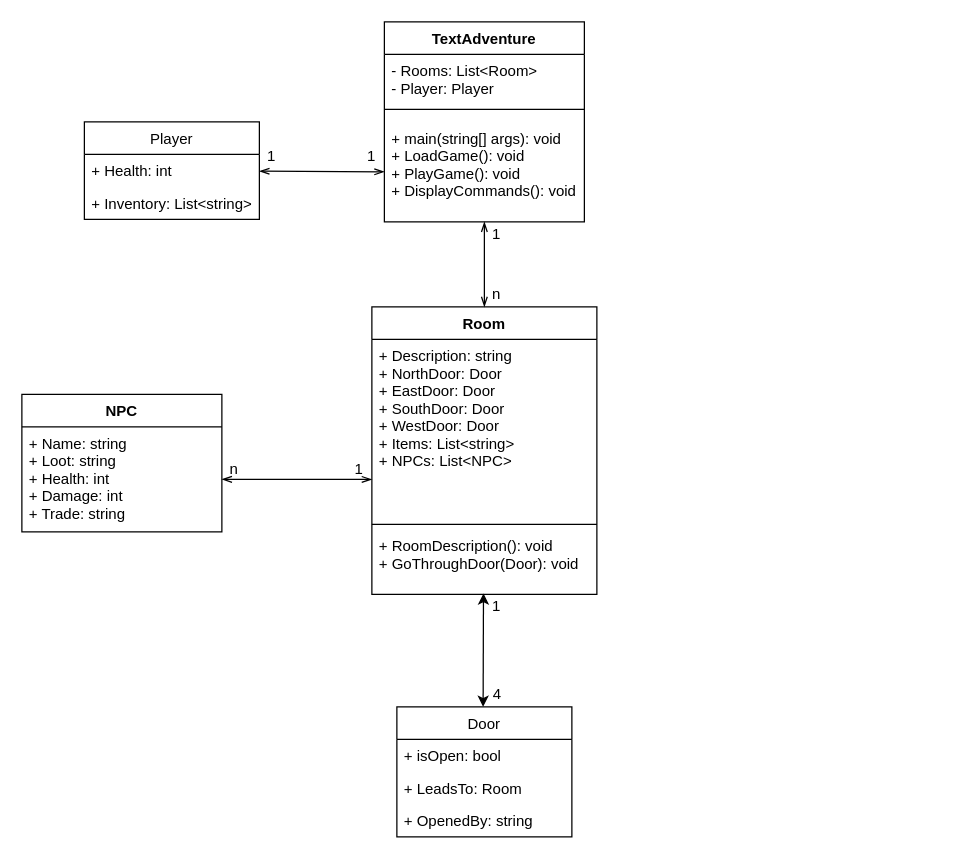
Earlier version of the draw.io diagram Concept/UML/Classes.drawio (keckluis/Softwaredesign_Abschlussaufgabe). Source tidied: cells renumbered, new cells numbered last; positions are measured from the earlier drawing's top-left corner, leaving out a move shared by most shapes. Both pictures are drawn from the tidied source at 125%, with x=0, y=0 at pixel (21, 21).
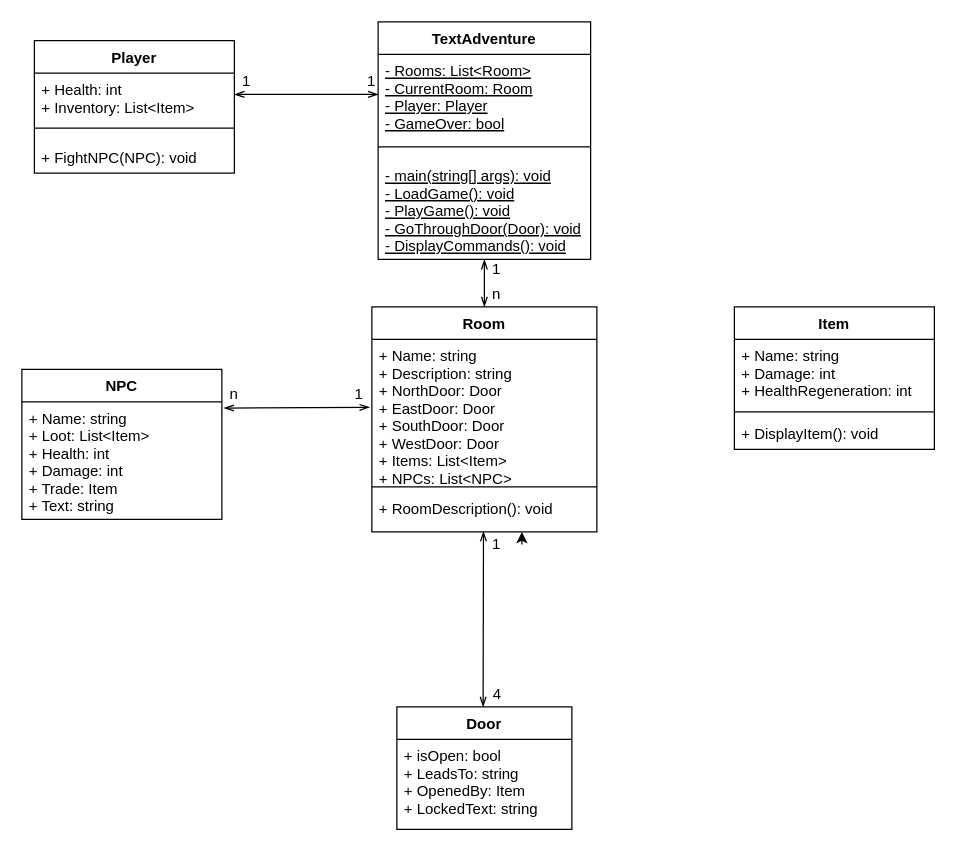
The same diagram, later.

The edit, as a diff of the source:
```diff
@@
     <mxCell id="2" value="TextAdventure" style="swimlane;fontStyle=1;align=center;verticalAlign=top;horizontal=1;startSize=26;" parent="1" vertex="1">
-      <mxGeometry x="290" width="160" height="160" as="geometry" />
+      <mxGeometry x="285" width="170" height="190" as="geometry" />
     </mxCell>
-    <mxCell id="3" value="- Rooms: List&lt;Room&gt;&#10;- Player: Player" style="text;strokeColor=none;fillColor=none;align=left;verticalAlign=top;spacingLeft=4;spacingRight=4;overflow=hidden;points=[[0,0.5],[1,0.5]];portConstraint=eastwest;" parent="2" vertex="1">
-      <mxGeometry y="26" width="160" height="34" as="geometry" />
+    <mxCell id="3" value="- Rooms: List&lt;Room&gt;&#10;- CurrentRoom: Room&#10;- Player: Player&#10;- GameOver: bool" style="text;strokeColor=none;fillColor=none;align=left;verticalAlign=top;spacingLeft=4;spacingRight=4;overflow=hidden;points=[[0,0.5],[1,0.5]];portConstraint=eastwest;fontStyle=4;" parent="2" vertex="1">
+      <mxGeometry y="26" width="170" height="64" as="geometry" />
     </mxCell>
     <mxCell id="4" style="line;strokeWidth=1;fillColor=none;align=left;verticalAlign=middle;spacingTop=-1;spacingLeft=3;spacingRight=3;labelPosition=right;" parent="2" vertex="1">
-      <mxGeometry y="60" width="160" height="20" as="geometry" />
+      <mxGeometry y="90" width="170" height="20" as="geometry" />
     </mxCell>
-    <mxCell id="5" value="+ main(string[] args): void&#10;+ LoadGame(): void&#10;+ PlayGame(): void&#10;+ DisplayCommands(): void" style="text;strokeColor=none;fillColor=none;align=left;verticalAlign=top;spacingLeft=4;spacingRight=4;overflow=hidden;points=[[0,0.5],[1,0.5]];portConstraint=eastwest;" parent="2" vertex="1">
-      <mxGeometry y="80" width="160" height="80" as="geometry" />
+    <mxCell id="5" value="- main(string[] args): void&#10;- LoadGame(): void&#10;- PlayGame(): void&#10;- GoThroughDoor(Door): void&#10;- DisplayCommands(): void" style="text;strokeColor=none;fillColor=none;align=left;verticalAlign=top;spacingLeft=4;spacingRight=4;overflow=hidden;points=[[0,0.5],[1,0.5]];portConstraint=eastwest;fontStyle=4;" parent="2" vertex="1">
+      <mxGeometry y="110" width="170" height="80" as="geometry" />
     </mxCell>
     <mxCell id="6" value="Room" style="swimlane;fontStyle=1;align=center;verticalAlign=top;horizontal=1;startSize=26;" parent="1" vertex="1">
-      <mxGeometry x="280" y="228" width="180" height="230" as="geometry" />
+      <mxGeometry x="280" y="228" width="180" height="180" as="geometry" />
     </mxCell>
-    <mxCell id="7" value="+ Description: string&#10;+ NorthDoor: Door&#10;+ EastDoor: Door&#10;+ SouthDoor: Door&#10;+ WestDoor: Door&#10;+ Items: List&lt;string&gt;&#10;+ NPCs: List&lt;NPC&gt;" style="text;strokeColor=none;fillColor=none;align=left;verticalAlign=top;spacingLeft=4;spacingRight=4;overflow=hidden;points=[[0,0.5],[1,0.5]];portConstraint=eastwest;" parent="6" vertex="1">
-      <mxGeometry y="26" width="180" height="144" as="geometry" />
+    <mxCell id="7" value="+ Name: string&#10;+ Description: string&#10;+ NorthDoor: Door&#10;+ EastDoor: Door&#10;+ SouthDoor: Door&#10;+ WestDoor: Door&#10;+ Items: List&lt;Item&gt;&#10;+ NPCs: List&lt;NPC&gt;" style="text;strokeColor=none;fillColor=none;align=left;verticalAlign=top;spacingLeft=4;spacingRight=4;overflow=hidden;points=[[0,0.5],[1,0.5]];portConstraint=eastwest;" parent="6" vertex="1">
+      <mxGeometry y="26" width="180" height="114" as="geometry" />
     </mxCell>
     <mxCell id="8" style="line;strokeWidth=1;fillColor=none;align=left;verticalAlign=middle;spacingTop=-1;spacingLeft=3;spacingRight=3;labelPosition=right;" parent="6" vertex="1">
-      <mxGeometry y="170" width="180" height="8" as="geometry" />
+      <mxGeometry y="140" width="180" height="8" as="geometry" />
     </mxCell>
-    <mxCell id="9" value="+ RoomDescription(): void&#10;+ GoThroughDoor(Door): void" style="text;strokeColor=none;fillColor=none;align=left;verticalAlign=top;spacingLeft=4;spacingRight=4;overflow=hidden;points=[[0,0.5],[1,0.5]];portConstraint=eastwest;" parent="6" vertex="1">
-      <mxGeometry y="178" width="180" height="52" as="geometry" />
+    <mxCell id="9" value="+ RoomDescription(): void&#10;" style="text;strokeColor=none;fillColor=none;align=left;verticalAlign=top;spacingLeft=4;spacingRight=4;overflow=hidden;points=[[0,0.5],[1,0.5]];portConstraint=eastwest;" parent="6" vertex="1">
+      <mxGeometry y="148" width="180" height="32" as="geometry" />
     </mxCell>
-    <mxCell id="10" value="Door" style="swimlane;fontStyle=0;horizontal=1;startSize=26;fillColor=none;" parent="1" vertex="1">
-      <mxGeometry x="300" y="548" width="140" height="104" as="geometry" />
+    <mxCell id="10" value="Door" style="swimlane;fontStyle=1;horizontal=1;startSize=26;fillColor=none;" parent="1" vertex="1">
+      <mxGeometry x="300" y="548" width="140" height="98" as="geometry" />
     </mxCell>
-    <mxCell id="11" value="+ isOpen: bool" style="text;strokeColor=none;fillColor=none;align=left;verticalAlign=top;spacingLeft=4;spacingRight=4;overflow=hidden;" parent="10" vertex="1">
-      <mxGeometry y="26" width="140" height="26" as="geometry" />
-    </mxCell>
-    <mxCell id="12" value="+ LeadsTo: Room" style="text;strokeColor=none;fillColor=none;align=left;verticalAlign=top;spacingLeft=4;spacingRight=4;overflow=hidden;" parent="10" vertex="1">
-      <mxGeometry y="52" width="140" height="26" as="geometry" />
-    </mxCell>
-    <mxCell id="13" value="+ OpenedBy: string" style="text;strokeColor=none;fillColor=none;align=left;verticalAlign=top;spacingLeft=4;spacingRight=4;overflow=hidden;" parent="10" vertex="1">
-      <mxGeometry y="78" width="140" height="26" as="geometry" />
+    <mxCell id="13" value="+ isOpen: bool&#10;+ LeadsTo: string&#10;+ OpenedBy: Item&#10;+ LockedText: string" style="text;strokeColor=none;fillColor=none;align=left;verticalAlign=top;spacingLeft=4;spacingRight=4;overflow=hidden;" parent="10" vertex="1">
+      <mxGeometry y="26" width="140" height="72" as="geometry" />
     </mxCell>
-    <mxCell id="14" style="endArrow=classic;startArrow=classic;html=1;entryX=0.496;entryY=0.985;entryDx=0;entryDy=0;entryPerimeter=0;" parent="1" edge="1" target="9">
+    <mxCell id="14" style="endArrow=openThin;startArrow=openThin;html=1;entryX=0.496;entryY=0.985;entryDx=0;entryDy=0;entryPerimeter=0;startFill=0;endFill=0;" parent="1" edge="1" target="9">
       <mxGeometry relative="1" as="geometry">
         <mxPoint x="369" y="548" as="sourcePoint" />
       </mxGeometry>
     </mxCell>
+    <mxCell id="31" style="edgeStyle=orthogonalEdgeStyle;rounded=0;jettySize=auto;html=1;exitX=1;exitY=0.5;exitDx=0;exitDy=0;" parent="1" edge="1" source="15">
+      <mxGeometry relative="1" as="geometry">
+        <mxPoint x="400" y="408" as="targetPoint" />
+      </mxGeometry>
+    </mxCell>
     <mxCell id="15" value="1" style="text;html=1;strokeColor=none;fillColor=none;align=center;verticalAlign=middle;whiteSpace=wrap;rounded=0;" parent="1" vertex="1">
-      <mxGeometry x="360" y="458" width="40" height="20" as="geometry" />
+      <mxGeometry x="360" y="408" width="40" height="20" as="geometry" />
     </mxCell>
@@
     <mxCell id="18" value="1" style="text;html=1;strokeColor=none;fillColor=none;align=center;verticalAlign=middle;whiteSpace=wrap;rounded=0;" parent="1" vertex="1">
-      <mxGeometry x="360" y="160" width="40" height="20" as="geometry" />
+      <mxGeometry x="360" y="188" width="40" height="20" as="geometry" />
     </mxCell>
@@
     <mxCell id="20" value="NPC" style="swimlane;fontStyle=1;align=center;verticalAlign=top;horizontal=1;startSize=26;" parent="1" vertex="1">
-      <mxGeometry y="298" width="160" height="110" as="geometry" />
+      <mxGeometry y="278" width="160" height="120" as="geometry" />
     </mxCell>
-    <mxCell id="21" value="+ Name: string&#10;+ Loot: string&#10;+ Health: int&#10;+ Damage: int&#10;+ Trade: string" style="text;strokeColor=none;fillColor=none;align=left;verticalAlign=top;spacingLeft=4;spacingRight=4;overflow=hidden;points=[[0,0.5],[1,0.5]];portConstraint=eastwest;" parent="20" vertex="1">
-      <mxGeometry y="26" width="160" height="84" as="geometry" />
+    <mxCell id="21" value="+ Name: string&#10;+ Loot: List&lt;Item&gt;&#10;+ Health: int&#10;+ Damage: int&#10;+ Trade: Item&#10;+ Text: string" style="text;strokeColor=none;fillColor=none;align=left;verticalAlign=top;spacingLeft=4;spacingRight=4;overflow=hidden;points=[[0,0.5],[1,0.5]];portConstraint=eastwest;" parent="20" vertex="1">
+      <mxGeometry y="26" width="160" height="94" as="geometry" />
     </mxCell>
-    <mxCell id="22" style="rounded=0;jettySize=auto;html=1;entryX=0;entryY=0.5;entryDx=0;entryDy=0;startArrow=openThin;startFill=0;endArrow=openThin;endFill=0;" parent="1" edge="1" source="23" target="5">
+    <mxCell id="22" style="rounded=0;jettySize=auto;html=1;startArrow=openThin;startFill=0;endArrow=openThin;endFill=0;entryX=0;entryY=0.5;entryDx=0;entryDy=0;exitX=1;exitY=0.5;exitDx=0;exitDy=0;" parent="1" edge="1" source="32" target="3">
       <mxGeometry relative="1" as="geometry" />
     </mxCell>
-    <mxCell id="23" value="Player" style="swimlane;fontStyle=0;horizontal=1;startSize=26;fillColor=none;" parent="1" vertex="1">
-      <mxGeometry x="50" y="80" width="140" height="78" as="geometry" />
-    </mxCell>
-    <mxCell id="24" value="+ Health: int" style="text;strokeColor=none;fillColor=none;align=left;verticalAlign=top;spacingLeft=4;spacingRight=4;overflow=hidden;" parent="23" vertex="1">
-      <mxGeometry y="26" width="140" height="26" as="geometry" />
-    </mxCell>
-    <mxCell id="25" value="+ Inventory: List&lt;string&gt;" style="text;strokeColor=none;fillColor=none;align=left;verticalAlign=top;spacingLeft=4;spacingRight=4;overflow=hidden;" parent="23" vertex="1">
-      <mxGeometry y="52" width="140" height="26" as="geometry" />
-    </mxCell>
     <mxCell id="26" value="1" style="text;html=1;strokeColor=none;fillColor=none;align=center;verticalAlign=middle;whiteSpace=wrap;rounded=0;" parent="1" vertex="1">
-      <mxGeometry x="180" y="98" width="40" height="20" as="geometry" />
+      <mxGeometry x="160" y="38" width="40" height="20" as="geometry" />
     </mxCell>
     <mxCell id="27" value="1" style="text;html=1;strokeColor=none;fillColor=none;align=center;verticalAlign=middle;whiteSpace=wrap;rounded=0;" parent="1" vertex="1">
-      <mxGeometry x="260" y="98" width="40" height="20" as="geometry" />
+      <mxGeometry x="260" y="38" width="40" height="20" as="geometry" />
     </mxCell>
-    <mxCell id="28" style="edgeStyle=none;rounded=0;jettySize=auto;html=1;entryX=1;entryY=0.5;entryDx=0;entryDy=0;startArrow=openThin;startFill=0;endArrow=openThin;endFill=0;exitX=0;exitY=0.778;exitDx=0;exitDy=0;exitPerimeter=0;" parent="1" edge="1" source="7" target="21">
+    <mxCell id="28" style="edgeStyle=none;rounded=0;jettySize=auto;html=1;entryX=1.01;entryY=0.053;entryDx=0;entryDy=0;startArrow=openThin;startFill=0;endArrow=openThin;endFill=0;exitX=-0.01;exitY=0.477;exitDx=0;exitDy=0;entryPerimeter=0;exitPerimeter=0;" parent="1" edge="1" source="7" target="21">
       <mxGeometry relative="1" as="geometry" />
     </mxCell>
     <mxCell id="29" value="n" style="text;html=1;strokeColor=none;fillColor=none;align=center;verticalAlign=middle;whiteSpace=wrap;rounded=0;" parent="1" vertex="1">
-      <mxGeometry x="150" y="348" width="40" height="20" as="geometry" />
+      <mxGeometry x="150" y="288" width="40" height="20" as="geometry" />
     </mxCell>
     <mxCell id="30" value="1" style="text;html=1;strokeColor=none;fillColor=none;align=center;verticalAlign=middle;whiteSpace=wrap;rounded=0;" parent="1" vertex="1">
-      <mxGeometry x="250" y="348" width="40" height="20" as="geometry" />
+      <mxGeometry x="250" y="288" width="40" height="20" as="geometry" />
     </mxCell>
+    <mxCell id="23" value="Player" style="swimlane;fontStyle=1;align=center;verticalAlign=top;horizontal=1;startSize=26;" parent="1" vertex="1">
+      <mxGeometry x="10" y="15" width="160" height="106" as="geometry" />
+    </mxCell>
+    <mxCell id="32" value="+ Health: int&#10;+ Inventory: List&lt;Item&gt;&#10;" style="text;strokeColor=none;fillColor=none;align=left;verticalAlign=top;spacingLeft=4;spacingRight=4;overflow=hidden;points=[[0,0.5],[1,0.5]];portConstraint=eastwest;" parent="23" vertex="1">
+      <mxGeometry y="26" width="160" height="34" as="geometry" />
+    </mxCell>
+    <mxCell id="33" style="line;strokeWidth=1;fillColor=none;align=left;verticalAlign=middle;spacingTop=-1;spacingLeft=3;spacingRight=3;labelPosition=right;" parent="23" vertex="1">
+      <mxGeometry y="60" width="160" height="20" as="geometry" />
+    </mxCell>
+    <mxCell id="34" value="+ FightNPC(NPC): void" style="text;strokeColor=none;fillColor=none;align=left;verticalAlign=top;spacingLeft=4;spacingRight=4;overflow=hidden;" parent="23" vertex="1">
+      <mxGeometry y="80" width="160" height="26" as="geometry" />
+    </mxCell>
+    <mxCell id="35" value="Item" style="swimlane;fontStyle=1;align=center;verticalAlign=top;horizontal=1;startSize=26;" parent="1" vertex="1">
+      <mxGeometry x="570" y="228" width="160" height="114" as="geometry" />
+    </mxCell>
+    <mxCell id="36" value="+ Name: string&#10;+ Damage: int&#10;+ HealthRegeneration: int" style="text;strokeColor=none;fillColor=none;align=left;verticalAlign=top;spacingLeft=4;spacingRight=4;overflow=hidden;" parent="35" vertex="1">
+      <mxGeometry y="26" width="160" height="54" as="geometry" />
+    </mxCell>
+    <mxCell id="37" style="line;strokeWidth=1;fillColor=none;align=left;verticalAlign=middle;spacingTop=-1;spacingLeft=3;spacingRight=3;labelPosition=right;" parent="35" vertex="1">
+      <mxGeometry y="80" width="160" height="8" as="geometry" />
+    </mxCell>
+    <mxCell id="38" value="+ DisplayItem(): void" style="text;strokeColor=none;fillColor=none;align=left;verticalAlign=top;spacingLeft=4;spacingRight=4;overflow=hidden;" parent="35" vertex="1">
+      <mxGeometry y="88" width="160" height="26" as="geometry" />
+    </mxCell>
```
